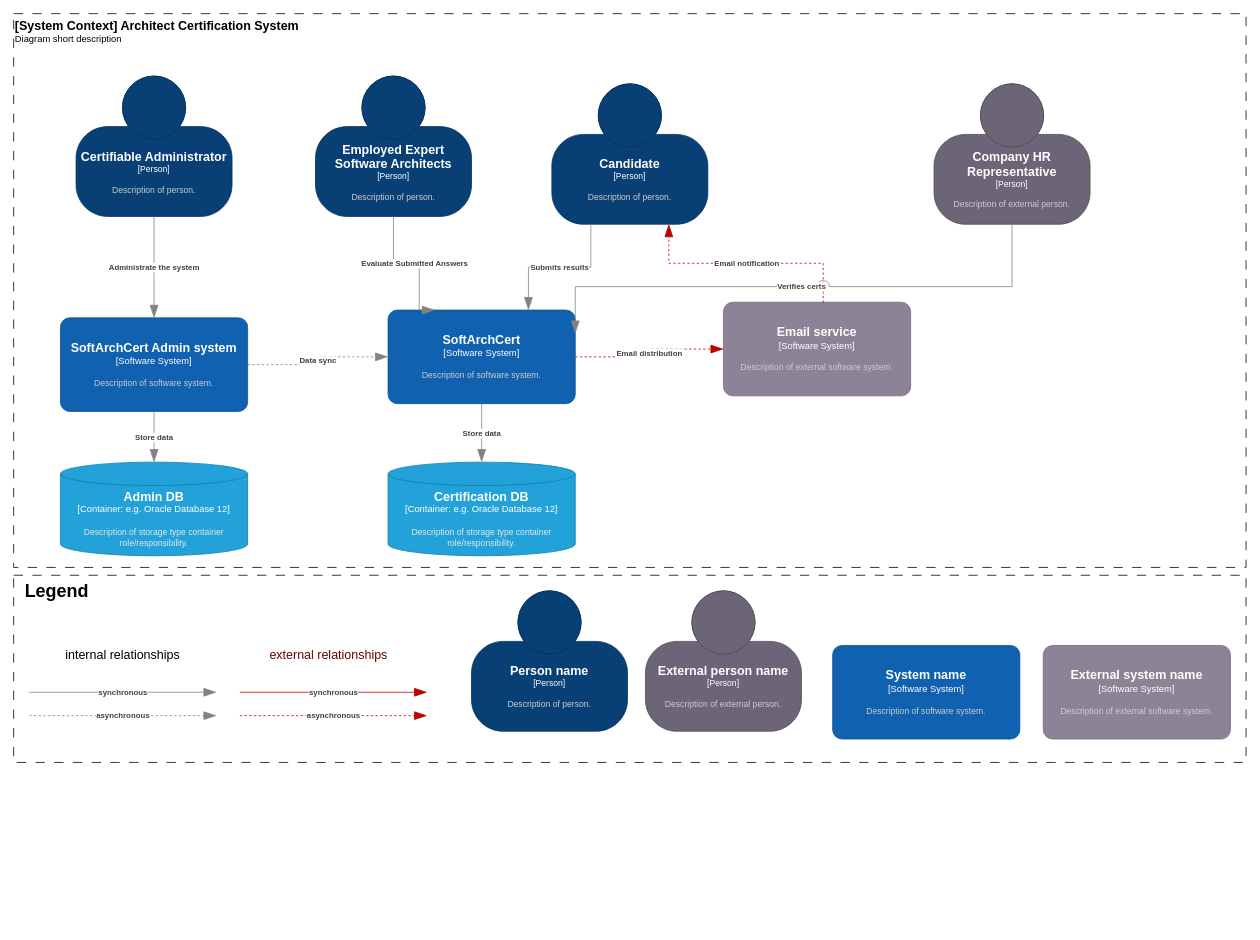
This is page "C1-Context" (1 of 3) of Certifiable c4.drawio from architectrons/arch-kata-2025, a draw.io file, before an edit. Source tidied: cells renumbered, new cells numbered last; positions are measured from the earlier drawing's top-left corner, leaving out a move shared by most shapes. Both pictures are drawn from the tidied source at 78%, with x=0, y=0 at pixel (13, 13).
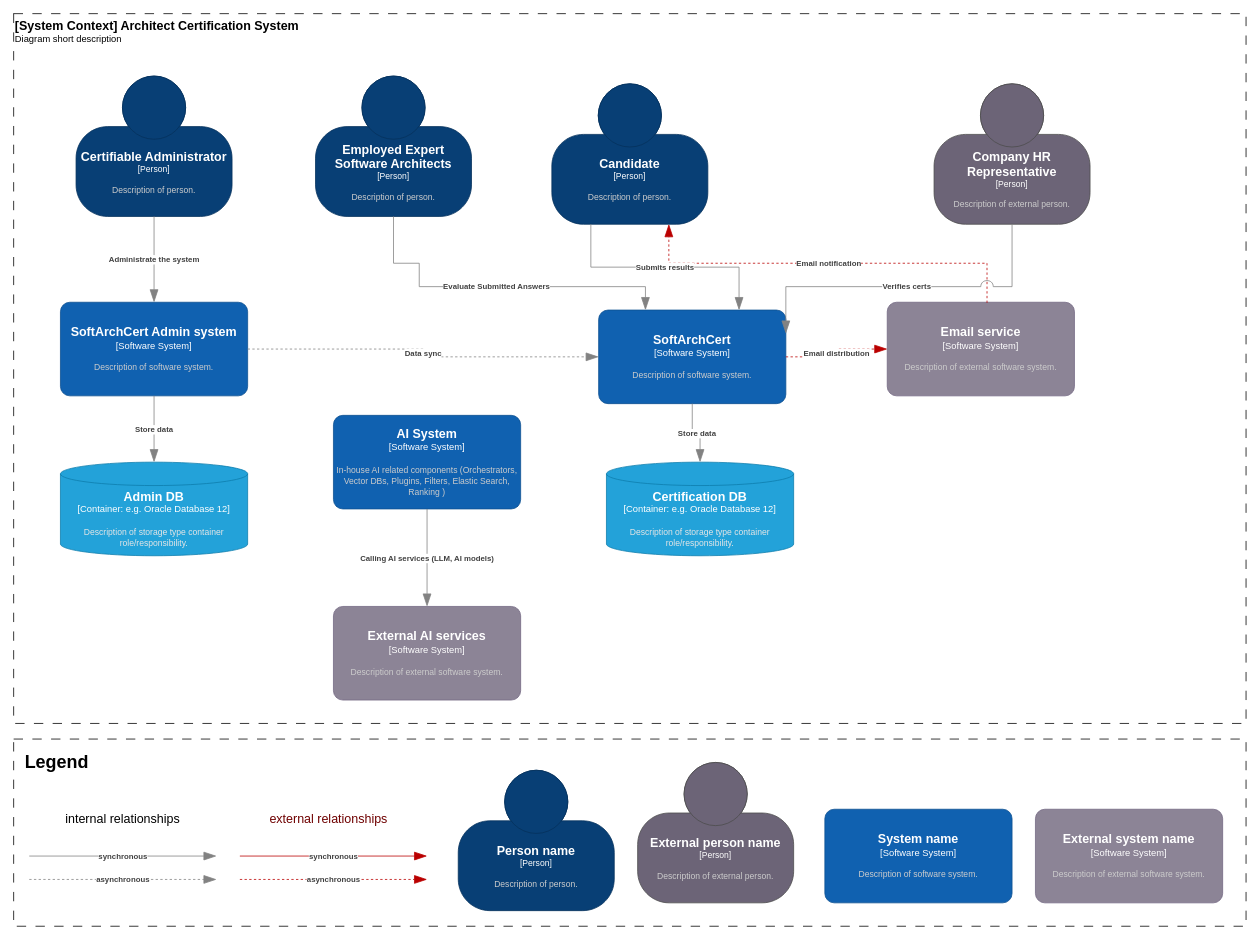
The same diagram, later.

The change refers to these unchanged cells:
```xml
<object id="5" label="&lt;font style=&quot;font-size: 16px&quot;&gt;&lt;b&gt;%c4Name%&lt;/b&gt;&lt;/font&gt;&lt;div&gt;[%c4Type%]&lt;/div&gt;&lt;br&gt;&lt;div&gt;&lt;font style=&quot;font-size: 11px&quot;&gt;&lt;font color=&quot;#cccccc&quot;&gt;%c4Description%&lt;/font&gt;&lt;/div&gt;" c4Description="Description of person." c4Name="Employed Expert Software Architects" c4Type="Person" placeholders="1">
  <mxCell style="html=1;fontSize=11;dashed=0;whiteSpace=wrap;fillColor=#083F75;strokeColor=#06315C;fontColor=#ffffff;shape=mxgraph.c4.person2;align=center;points=[[0.5,0,0],[1,0.5,0],[1,0.75,0],[0.75,1,0],[0.5,1,0],[0.25,1,0],[0,0.75,0],[0,0.5,0]];" parent="1" vertex="1">
    <mxGeometry x="387" y="80" width="200" height="180" as="geometry" />
  </mxCell>
</object>
<object id="6" label="&lt;font style=&quot;font-size: 16px&quot;&gt;&lt;b&gt;%c4Name%&lt;/b&gt;&lt;/font&gt;&lt;div&gt;[%c4Type%]&lt;/div&gt;&lt;br&gt;&lt;div&gt;&lt;font style=&quot;font-size: 11px&quot;&gt;&lt;font color=&quot;#cccccc&quot;&gt;%c4Description%&lt;/font&gt;&lt;/div&gt;" c4Description="Description of external person." c4Name="Company HR Representative" c4Type="Person" placeholders="1">
  <mxCell style="html=1;fontSize=11;dashed=0;whiteSpace=wrap;fillColor=#6C6477;strokeColor=#4D4D4D;fontColor=#ffffff;shape=mxgraph.c4.person2;align=center;points=[[0.5,0,0],[1,0.5,0],[1,0.75,0],[0.75,1,0],[0.5,1,0],[0.25,1,0],[0,0.75,0],[0,0.5,0]];" parent="1" vertex="1">
    <mxGeometry x="1180" y="90" width="200" height="180" as="geometry" />
  </mxCell>
</object>
```

The edit, as a diff of the source:
```diff
@@
     <mxCell id="2" style="rounded=0;whiteSpace=wrap;html=1;fillColor=none;dashed=1;dashPattern=12 12;" parent="1" vertex="1">
-      <mxGeometry y="720" width="1580" height="240" as="geometry" />
+      <mxGeometry y="930" width="1580" height="240" as="geometry" />
     </mxCell>
@@
     <object id="7" label="&lt;font style=&quot;font-size: 16px&quot;&gt;&lt;b&gt;%c4Name%&lt;/b&gt;&lt;/font&gt;&lt;div&gt;[%c4Type%]&lt;/div&gt;&lt;br&gt;&lt;div&gt;&lt;font style=&quot;font-size: 11px&quot;&gt;&lt;font color=&quot;#cccccc&quot;&gt;%c4Description%&lt;/font&gt;&lt;/div&gt;" c4Description="Description of software system." c4Name="SoftArchCert" c4Type="Software System" placeholders="1">
       <mxCell style="rounded=1;whiteSpace=wrap;html=1;labelBackgroundColor=none;fillColor=#1061B0;fontColor=#ffffff;align=center;arcSize=10;strokeColor=#0D5091;points=[[0.25,0,0],[0.5,0,0],[0.75,0,0],[1,0.25,0],[1,0.5,0],[1,0.75,0],[0.75,1,0],[0.5,1,0],[0.25,1,0],[0,0.75,0],[0,0.5,0],[0,0.25,0]];" parent="1" vertex="1">
-        <mxGeometry x="480" y="380" width="240" height="120" as="geometry" />
+        <mxGeometry x="750" y="380" width="240" height="120" as="geometry" />
       </mxCell>
     </object>
     <object id="8" label="&lt;font style=&quot;font-size: 16px&quot;&gt;&lt;b&gt;%c4Name%&lt;/b&gt;&lt;/font&gt;&lt;div&gt;[%c4Type%]&lt;/div&gt;&lt;br&gt;&lt;div&gt;&lt;font style=&quot;font-size: 11px&quot;&gt;&lt;font color=&quot;#cccccc&quot;&gt;%c4Description%&lt;/font&gt;&lt;/div&gt;" c4Description="Description of external software system." c4Name="Email service" c4Type="Software System" placeholders="1">
       <mxCell style="rounded=1;whiteSpace=wrap;html=1;labelBackgroundColor=none;fillColor=#8C8496;fontColor=#ffffff;align=center;arcSize=10;strokeColor=#736782;points=[[0.25,0,0],[0.5,0,0],[0.75,0,0],[1,0.25,0],[1,0.5,0],[1,0.75,0],[0.75,1,0],[0.5,1,0],[0.25,1,0],[0,0.75,0],[0,0.5,0],[0,0.25,0]];" parent="1" vertex="1">
-        <mxGeometry x="910" y="370" width="240" height="120" as="geometry" />
+        <mxGeometry x="1120" y="370" width="240" height="120" as="geometry" />
       </mxCell>
     </object>
     <object id="9" label="&lt;font style=&quot;font-size: 16px&quot;&gt;&lt;b&gt;&lt;div style=&quot;text-align: left&quot;&gt;%c4Name%&lt;/div&gt;&lt;/b&gt;&lt;/font&gt;&lt;div style=&quot;text-align: left&quot;&gt;%c4Description%&lt;/div&gt;" c4Description="Diagram short description" c4Name="[System Context] Architect Certification System" placeholders="1">
       <mxCell style="text;html=1;strokeColor=default;fillColor=none;align=left;verticalAlign=top;whiteSpace=wrap;rounded=0;dashed=1;dashPattern=12 12;" parent="1" vertex="1">
-        <mxGeometry width="1580" height="710" as="geometry" />
+        <mxGeometry width="1580" height="910" as="geometry" />
       </mxCell>
     </object>
     <mxCell id="10" value="&lt;font size=&quot;1&quot; color=&quot;#000000&quot;&gt;&lt;b style=&quot;font-size: 23px;&quot;&gt;Legend&lt;/b&gt;&lt;/font&gt;" style="text;html=1;align=center;verticalAlign=middle;strokeColor=none;fillColor=none;fontColor=#FFFFFF;" parent="1" vertex="1">
-      <mxGeometry y="720" width="110" height="40" as="geometry" />
+      <mxGeometry y="940" width="110" height="40" as="geometry" />
     </mxCell>
     <object id="11" label="&lt;font style=&quot;font-size: 16px&quot;&gt;&lt;b&gt;%c4Name%&lt;/b&gt;&lt;/font&gt;&lt;div&gt;[%c4Type%]&lt;/div&gt;&lt;br&gt;&lt;div&gt;&lt;font style=&quot;font-size: 11px&quot;&gt;&lt;font color=&quot;#cccccc&quot;&gt;%c4Description%&lt;/font&gt;&lt;/div&gt;" c4Description="Description of person." c4Name="Person name" c4Type="Person" placeholders="1">
       <mxCell style="html=1;fontSize=11;dashed=0;whiteSpace=wrap;fillColor=#083F75;strokeColor=#06315C;fontColor=#ffffff;shape=mxgraph.c4.person2;align=center;" parent="1" vertex="1">
-        <mxGeometry x="587" y="740" width="200" height="180" as="geometry" />
+        <mxGeometry x="570" y="970" width="200" height="180" as="geometry" />
       </mxCell>
     </object>
     <object id="12" label="&lt;font style=&quot;font-size: 16px&quot;&gt;&lt;b&gt;%c4Name%&lt;/b&gt;&lt;/font&gt;&lt;div&gt;[%c4Type%]&lt;/div&gt;&lt;br&gt;&lt;div&gt;&lt;font style=&quot;font-size: 11px&quot;&gt;&lt;font color=&quot;#cccccc&quot;&gt;%c4Description%&lt;/font&gt;&lt;/div&gt;" c4Description="Description of external person." c4Name="External person name" c4Type="Person" placeholders="1">
       <mxCell style="html=1;fontSize=11;dashed=0;whiteSpace=wrap;fillColor=#6C6477;strokeColor=#4D4D4D;fontColor=#ffffff;shape=mxgraph.c4.person2;align=center;" parent="1" vertex="1">
-        <mxGeometry x="810" y="740" width="200" height="180" as="geometry" />
+        <mxGeometry x="800" y="960" width="200" height="180" as="geometry" />
       </mxCell>
     </object>
     <object id="13" label="&lt;font style=&quot;font-size: 16px&quot;&gt;&lt;b&gt;%c4Name%&lt;/b&gt;&lt;/font&gt;&lt;div&gt;[%c4Type%]&lt;/div&gt;&lt;br&gt;&lt;div&gt;&lt;font style=&quot;font-size: 11px&quot;&gt;&lt;font color=&quot;#cccccc&quot;&gt;%c4Description%&lt;/font&gt;&lt;/div&gt;" c4Description="Description of software system." c4Name="System name" c4Type="Software System" placeholders="1">
       <mxCell style="rounded=1;whiteSpace=wrap;html=1;labelBackgroundColor=none;fillColor=#1061B0;fontColor=#ffffff;align=center;arcSize=10;strokeColor=#0D5091;" parent="1" vertex="1">
-        <mxGeometry x="1050" y="810" width="240" height="120" as="geometry" />
+        <mxGeometry x="1040" y="1020" width="240" height="120" as="geometry" />
       </mxCell>
     </object>
     <object id="14" label="&lt;font style=&quot;font-size: 16px&quot;&gt;&lt;b&gt;%c4Name%&lt;/b&gt;&lt;/font&gt;&lt;div&gt;[%c4Type%]&lt;/div&gt;&lt;br&gt;&lt;div&gt;&lt;font style=&quot;font-size: 11px&quot;&gt;&lt;font color=&quot;#cccccc&quot;&gt;%c4Description%&lt;/font&gt;&lt;/div&gt;" c4Description="Description of external software system." c4Name="External system name" c4Type="Software System" placeholders="1">
       <mxCell style="rounded=1;whiteSpace=wrap;html=1;labelBackgroundColor=none;fillColor=#8C8496;fontColor=#ffffff;align=center;arcSize=10;strokeColor=#736782;" parent="1" vertex="1">
-        <mxGeometry x="1320" y="810" width="240" height="120" as="geometry" />
+        <mxGeometry x="1310" y="1020" width="240" height="120" as="geometry" />
       </mxCell>
     </object>
     <object id="15" label="&lt;div style=&quot;text-align: left&quot;&gt;&lt;div style=&quot;text-align: center&quot;&gt;&lt;b&gt;%c4Description%&lt;/b&gt;&lt;/div&gt;" c4Description="synchronous" placeholders="1">
       <mxCell style="endArrow=blockThin;html=1;fontSize=10;fontColor=#404040;strokeWidth=1;endFill=1;strokeColor=#BA0000;elbow=vertical;endSize=14;startSize=14;jumpStyle=arc;jumpSize=16;rounded=0;edgeStyle=orthogonalEdgeStyle;fillColor=#a20025;" parent="1" edge="1">
         <mxGeometry relative="1" as="geometry">
-          <mxPoint x="290" y="870" as="sourcePoint" />
-          <mxPoint x="530" y="870" as="targetPoint" />
+          <mxPoint x="290" y="1080" as="sourcePoint" />
+          <mxPoint x="530" y="1080" as="targetPoint" />
         </mxGeometry>
       </mxCell>
     </object>
     <object id="16" label="&lt;div style=&quot;text-align: left&quot;&gt;&lt;div style=&quot;text-align: center&quot;&gt;&lt;b&gt;%c4Description%&lt;/b&gt;&lt;/div&gt;" c4Description="asynchronous" placeholders="1">
       <mxCell style="endArrow=blockThin;html=1;fontSize=10;fontColor=#404040;strokeWidth=1;endFill=1;strokeColor=#BA0000;elbow=vertical;endSize=14;startSize=14;jumpStyle=arc;jumpSize=16;rounded=0;edgeStyle=orthogonalEdgeStyle;dashed=1;fillColor=#a20025;" parent="1" edge="1">
         <mxGeometry relative="1" as="geometry">
-          <mxPoint x="290" y="900" as="sourcePoint" />
-          <mxPoint x="530" y="900" as="targetPoint" />
+          <mxPoint x="290" y="1110" as="sourcePoint" />
+          <mxPoint x="530" y="1110" as="targetPoint" />
         </mxGeometry>
       </mxCell>
     </object>
     <mxCell id="17" value="&lt;font&gt;&lt;span style=&quot;font-size: 16px;&quot;&gt;external relationships&lt;/span&gt;&lt;/font&gt;" style="text;html=1;align=center;verticalAlign=middle;whiteSpace=wrap;rounded=0;fontSize=36;fillColor=none;fontColor=#6F0000;" parent="1" vertex="1">
-      <mxGeometry x="316" y="800" width="176" height="30" as="geometry" />
+      <mxGeometry x="316" y="1010" width="176" height="30" as="geometry" />
     </mxCell>
     <object id="18" label="&lt;div style=&quot;text-align: left&quot;&gt;&lt;div style=&quot;text-align: center&quot;&gt;&lt;b&gt;%c4Description%&lt;/b&gt;&lt;/div&gt;" c4Description="synchronous" placeholders="1">
       <mxCell style="endArrow=blockThin;html=1;fontSize=10;fontColor=#404040;strokeWidth=1;endFill=1;strokeColor=#828282;elbow=vertical;endSize=14;startSize=14;jumpStyle=arc;jumpSize=16;rounded=0;edgeStyle=orthogonalEdgeStyle;" parent="1" edge="1">
         <mxGeometry relative="1" as="geometry">
-          <mxPoint x="20" y="870" as="sourcePoint" />
-          <mxPoint x="260" y="870" as="targetPoint" />
+          <mxPoint x="20" y="1080" as="sourcePoint" />
+          <mxPoint x="260" y="1080" as="targetPoint" />
         </mxGeometry>
       </mxCell>
     </object>
     <object id="19" label="&lt;div style=&quot;text-align: left&quot;&gt;&lt;div style=&quot;text-align: center&quot;&gt;&lt;b&gt;%c4Description%&lt;/b&gt;&lt;/div&gt;" c4Description="asynchronous" placeholders="1">
       <mxCell style="endArrow=blockThin;html=1;fontSize=10;fontColor=#404040;strokeWidth=1;endFill=1;strokeColor=#828282;elbow=vertical;endSize=14;startSize=14;jumpStyle=arc;jumpSize=16;rounded=0;edgeStyle=orthogonalEdgeStyle;dashed=1;" parent="1" edge="1">
         <mxGeometry relative="1" as="geometry">
-          <mxPoint x="20" y="900" as="sourcePoint" />
-          <mxPoint x="260" y="900" as="targetPoint" />
+          <mxPoint x="20" y="1110" as="sourcePoint" />
+          <mxPoint x="260" y="1110" as="targetPoint" />
         </mxGeometry>
       </mxCell>
     </object>
     <mxCell id="20" value="&lt;font color=&quot;#000000&quot; style=&quot;font-size: 16px;&quot;&gt;internal relationships&lt;/font&gt;" style="text;html=1;strokeColor=none;fillColor=none;align=center;verticalAlign=middle;whiteSpace=wrap;rounded=0;fontSize=36;" parent="1" vertex="1">
-      <mxGeometry x="52" y="800" width="176" height="30" as="geometry" />
+      <mxGeometry x="52" y="1010" width="176" height="30" as="geometry" />
     </mxCell>
@@
     <object id="23" label="&lt;div style=&quot;text-align: left&quot;&gt;&lt;div style=&quot;text-align: center&quot;&gt;&lt;b&gt;%c4Description%&lt;/b&gt;&lt;/div&gt;" c4Description="Evaluate Submitted Answers" placeholders="1">
       <mxCell style="endArrow=blockThin;html=1;fontSize=10;fontColor=#404040;strokeWidth=1;endFill=1;strokeColor=#828282;elbow=vertical;endSize=14;startSize=14;jumpStyle=arc;jumpSize=16;rounded=0;edgeStyle=orthogonalEdgeStyle;exitX=0.5;exitY=1;exitDx=0;exitDy=0;exitPerimeter=0;entryX=0.25;entryY=0;entryDx=0;entryDy=0;entryPerimeter=0;" parent="1" edge="1" source="5" target="7">
         <mxGeometry relative="1" as="geometry">
           <Array as="points">
             <mxPoint x="487" y="320" />
             <mxPoint x="520" y="320" />
+            <mxPoint x="520" y="350" />
+            <mxPoint x="810" y="350" />
           </Array>
         </mxGeometry>
       </mxCell>
     </object>
@@
     <object id="26" label="&lt;font style=&quot;font-size: 16px&quot;&gt;&lt;b&gt;%c4Name%&lt;/b&gt;&lt;/font&gt;&lt;div&gt;[%c4Type%:&amp;nbsp;%c4Technology%]&lt;/div&gt;&lt;br&gt;&lt;div&gt;&lt;font style=&quot;font-size: 11px&quot;&gt;&lt;font color=&quot;#E6E6E6&quot;&gt;%c4Description%&lt;/font&gt;&lt;/div&gt;" c4Description="Description of storage type container role/responsibility." c4Name="Certification DB" c4Technology="e.g. Oracle Database 12" c4Type="Container" placeholders="1">
       <mxCell style="shape=cylinder3;size=15;whiteSpace=wrap;html=1;boundedLbl=1;rounded=0;labelBackgroundColor=none;fillColor=#23A2D9;fontSize=12;fontColor=#ffffff;align=center;strokeColor=#0E7DAD;points=[[0.5,0,0],[1,0.25,0],[1,0.5,0],[1,0.75,0],[0.5,1,0],[0,0.75,0],[0,0.5,0],[0,0.25,0]];" parent="1" vertex="1">
-        <mxGeometry x="480" y="575" width="240" height="120" as="geometry" />
+        <mxGeometry x="760" y="575" width="240" height="120" as="geometry" />
       </mxCell>
     </object>
@@
     <object id="28" label="&lt;font style=&quot;font-size: 16px&quot;&gt;&lt;b&gt;%c4Name%&lt;/b&gt;&lt;/font&gt;&lt;div&gt;[%c4Type%]&lt;/div&gt;&lt;br&gt;&lt;div&gt;&lt;font style=&quot;font-size: 11px&quot;&gt;&lt;font color=&quot;#cccccc&quot;&gt;%c4Description%&lt;/font&gt;&lt;/div&gt;" c4Description="Description of software system." c4Name="SoftArchCert Admin system" c4Type="Software System" placeholders="1">
       <mxCell style="rounded=1;whiteSpace=wrap;html=1;labelBackgroundColor=none;fillColor=#1061B0;fontColor=#ffffff;align=center;arcSize=10;strokeColor=#0D5091;points=[[0.25,0,0],[0.5,0,0],[0.75,0,0],[1,0.25,0],[1,0.5,0],[1,0.75,0],[0.75,1,0],[0.5,1,0],[0.25,1,0],[0,0.75,0],[0,0.5,0],[0,0.25,0]];" parent="1" vertex="1">
-        <mxGeometry x="60" y="390" width="240" height="120" as="geometry" />
+        <mxGeometry x="60" y="370" width="240" height="120" as="geometry" />
       </mxCell>
     </object>
@@
     <object id="32" label="&lt;div style=&quot;text-align: left&quot;&gt;&lt;div style=&quot;text-align: center&quot;&gt;&lt;b&gt;%c4Description%&lt;/b&gt;&lt;/div&gt;" c4Description="Verifies certs" placeholders="1">
       <mxCell style="endArrow=blockThin;html=1;fontSize=10;fontColor=#404040;strokeWidth=1;endFill=1;strokeColor=#828282;elbow=vertical;endSize=14;startSize=14;jumpStyle=arc;jumpSize=16;rounded=0;edgeStyle=orthogonalEdgeStyle;exitX=0.5;exitY=1;exitDx=0;exitDy=0;exitPerimeter=0;entryX=1;entryY=0.25;entryDx=0;entryDy=0;entryPerimeter=0;" parent="1" edge="1" source="6" target="7">
         <mxGeometry relative="1" as="geometry">
           <Array as="points">
             <mxPoint x="1280" y="350" />
-            <mxPoint x="720" y="350" />
+            <mxPoint x="990" y="350" />
+            <mxPoint x="990" y="410" />
           </Array>
         </mxGeometry>
       </mxCell>
     </object>
+    <object id="33" label="&lt;font style=&quot;font-size: 16px&quot;&gt;&lt;b&gt;%c4Name%&lt;/b&gt;&lt;/font&gt;&lt;div&gt;[%c4Type%]&lt;/div&gt;&lt;br&gt;&lt;div&gt;&lt;font style=&quot;font-size: 11px&quot;&gt;&lt;font color=&quot;#cccccc&quot;&gt;%c4Description%&lt;/font&gt;&lt;/div&gt;" c4Description="In-house AI related components (Orchestrators, Vector DBs, Plugins, Filters, Elastic Search, Ranking )" c4Name="AI System" c4Type="Software System" placeholders="1">
+      <mxCell style="rounded=1;whiteSpace=wrap;html=1;labelBackgroundColor=none;fillColor=#1061B0;fontColor=#ffffff;align=center;arcSize=10;strokeColor=#0D5091;points=[[0.25,0,0],[0.5,0,0],[0.75,0,0],[1,0.25,0],[1,0.5,0],[1,0.75,0],[0.75,1,0],[0.5,1,0],[0.25,1,0],[0,0.75,0],[0,0.5,0],[0,0.25,0]];" parent="1" vertex="1">
+        <mxGeometry x="410" y="515" width="240" height="120" as="geometry" />
+      </mxCell>
+    </object>
+    <object id="34" label="&lt;font style=&quot;font-size: 16px&quot;&gt;&lt;b&gt;%c4Name%&lt;/b&gt;&lt;/font&gt;&lt;div&gt;[%c4Type%]&lt;/div&gt;&lt;br&gt;&lt;div&gt;&lt;font style=&quot;font-size: 11px&quot;&gt;&lt;font color=&quot;#cccccc&quot;&gt;%c4Description%&lt;/font&gt;&lt;/div&gt;" c4Description="Description of external software system." c4Name="External AI services" c4Type="Software System" placeholders="1">
+      <mxCell style="rounded=1;whiteSpace=wrap;html=1;labelBackgroundColor=none;fillColor=#8C8496;fontColor=#ffffff;align=center;arcSize=10;strokeColor=#736782;points=[[0.25,0,0],[0.5,0,0],[0.75,0,0],[1,0.25,0],[1,0.5,0],[1,0.75,0],[0.75,1,0],[0.5,1,0],[0.25,1,0],[0,0.75,0],[0,0.5,0],[0,0.25,0]];" parent="1" vertex="1">
+        <mxGeometry x="410" y="760" width="240" height="120" as="geometry" />
+      </mxCell>
+    </object>
+    <object id="35" label="&lt;div style=&quot;text-align: left&quot;&gt;&lt;div style=&quot;text-align: center&quot;&gt;&lt;b&gt;%c4Description%&lt;/b&gt;&lt;/div&gt;" c4Description="Calling AI services (LLM, AI models)" placeholders="1">
+      <mxCell style="endArrow=blockThin;html=1;fontSize=10;fontColor=#404040;strokeWidth=1;endFill=1;strokeColor=#828282;elbow=vertical;endSize=14;startSize=14;jumpStyle=arc;jumpSize=16;rounded=0;edgeStyle=orthogonalEdgeStyle;exitX=0.5;exitY=1;exitDx=0;exitDy=0;exitPerimeter=0;" parent="1" edge="1" source="33" target="34">
+        <mxGeometry relative="1" as="geometry" />
+      </mxCell>
+    </object>
```
